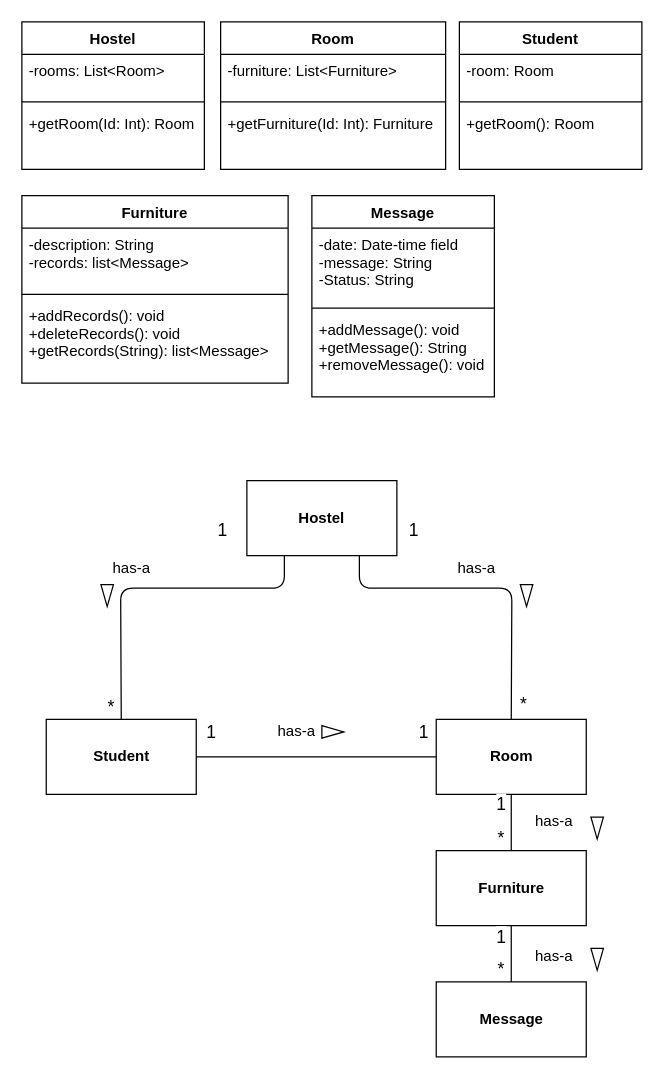
Before: page "Page-1" (1 of 4) of midterm Diagram.drawio in chrroger/0324, a draw.io diagram. Source tidied: cells renumbered, new cells numbered last; positions are measured from the earlier drawing's top-left corner, leaving out a move shared by most shapes. Both pictures are drawn from the tidied source at 125%, with x=0, y=0 at pixel (21, 21).
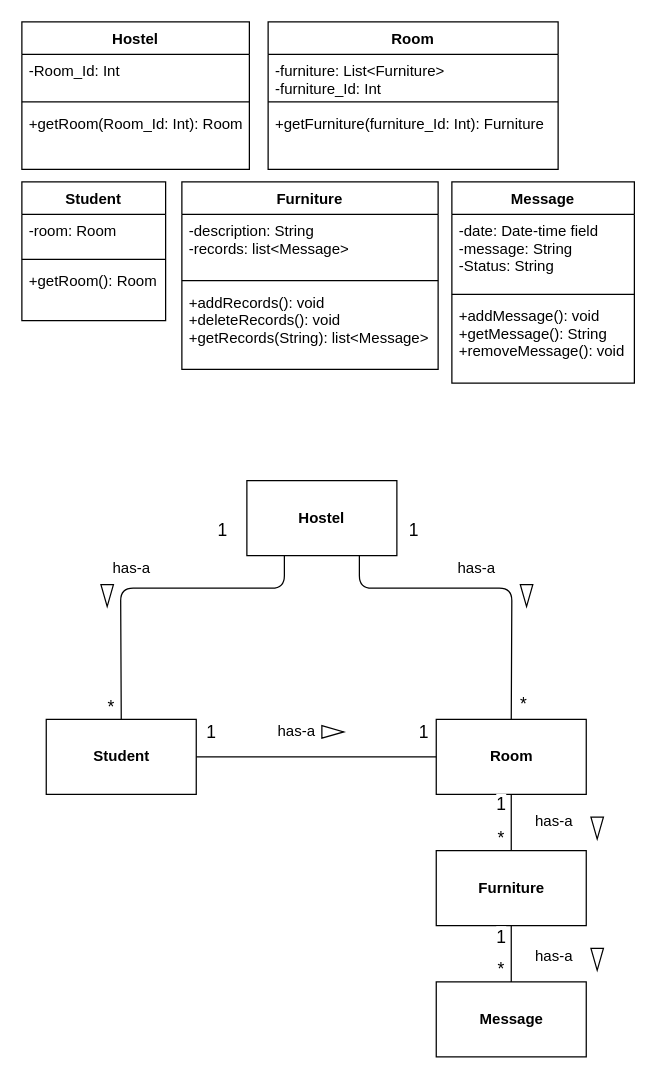
After the change.

Change to the diagram source:
```diff
@@
     <mxCell id="2" value="Hostel" style="swimlane;fontStyle=1;align=center;verticalAlign=top;horizontal=1;startSize=26;" parent="1" vertex="1">
-      <mxGeometry width="146" height="118" as="geometry" />
+      <mxGeometry width="182" height="118" as="geometry" />
     </mxCell>
-    <mxCell id="3" value="-rooms: List&lt;Room&gt;" style="text;strokeColor=none;fillColor=none;align=left;verticalAlign=top;spacingLeft=4;spacingRight=4;overflow=hidden;" parent="2" vertex="1">
-      <mxGeometry y="26" width="146" height="34" as="geometry" />
+    <mxCell id="3" value="-Room_Id: Int" style="text;strokeColor=none;fillColor=none;align=left;verticalAlign=top;spacingLeft=4;spacingRight=4;overflow=hidden;" parent="2" vertex="1">
+      <mxGeometry y="26" width="182" height="34" as="geometry" />
     </mxCell>
     <mxCell id="4" style="line;strokeWidth=1;fillColor=none;align=left;verticalAlign=middle;spacingTop=-1;spacingLeft=3;spacingRight=3;labelPosition=right;" parent="2" vertex="1">
-      <mxGeometry y="60" width="146" height="8" as="geometry" />
+      <mxGeometry y="60" width="182" height="8" as="geometry" />
     </mxCell>
-    <mxCell id="5" value="+getRoom(Id: Int): Room" style="text;strokeColor=none;fillColor=none;align=left;verticalAlign=top;spacingLeft=4;spacingRight=4;overflow=hidden;" parent="2" vertex="1">
-      <mxGeometry y="68" width="146" height="50" as="geometry" />
+    <mxCell id="5" value="+getRoom(Room_Id: Int): Room" style="text;strokeColor=none;fillColor=none;align=left;verticalAlign=top;spacingLeft=4;spacingRight=4;overflow=hidden;" parent="2" vertex="1">
+      <mxGeometry y="68" width="182" height="50" as="geometry" />
     </mxCell>
     <mxCell id="6" value="Student" style="swimlane;fontStyle=1;align=center;verticalAlign=top;horizontal=1;startSize=26;" parent="1" vertex="1">
-      <mxGeometry x="350" width="146" height="118" as="geometry" />
+      <mxGeometry y="128" width="115" height="111" as="geometry" />
     </mxCell>
     <mxCell id="7" value="-room: Room" style="text;strokeColor=none;fillColor=none;align=left;verticalAlign=top;spacingLeft=4;spacingRight=4;overflow=hidden;" parent="6" vertex="1">
-      <mxGeometry y="26" width="146" height="34" as="geometry" />
+      <mxGeometry y="26" width="115" height="32" as="geometry" />
     </mxCell>
     <mxCell id="8" style="line;strokeWidth=1;fillColor=none;align=left;verticalAlign=middle;spacingTop=-1;spacingLeft=3;spacingRight=3;labelPosition=right;" parent="6" vertex="1">
-      <mxGeometry y="60" width="146" height="8" as="geometry" />
+      <mxGeometry y="58" width="115" height="8" as="geometry" />
     </mxCell>
     <mxCell id="9" value="+getRoom(): Room" style="text;strokeColor=none;fillColor=none;align=left;verticalAlign=top;spacingLeft=4;spacingRight=4;overflow=hidden;" parent="6" vertex="1">
-      <mxGeometry y="68" width="146" height="50" as="geometry" />
+      <mxGeometry y="66" width="115" height="45" as="geometry" />
     </mxCell>
     <mxCell id="10" value="Room" style="swimlane;fontStyle=1;align=center;verticalAlign=top;horizontal=1;startSize=26;" parent="1" vertex="1">
-      <mxGeometry x="159" width="180" height="118" as="geometry" />
+      <mxGeometry x="197" width="232" height="118" as="geometry" />
     </mxCell>
-    <mxCell id="11" value="-furniture: List&lt;Furniture&gt;" style="text;strokeColor=none;fillColor=none;align=left;verticalAlign=top;spacingLeft=4;spacingRight=4;overflow=hidden;" parent="10" vertex="1">
-      <mxGeometry y="26" width="180" height="34" as="geometry" />
+    <mxCell id="11" value="-furniture: List&lt;Furniture&gt;&#10;-furniture_Id: Int" style="text;strokeColor=none;fillColor=none;align=left;verticalAlign=top;spacingLeft=4;spacingRight=4;overflow=hidden;" parent="10" vertex="1">
+      <mxGeometry y="26" width="232" height="34" as="geometry" />
     </mxCell>
     <mxCell id="12" style="line;strokeWidth=1;fillColor=none;align=left;verticalAlign=middle;spacingTop=-1;spacingLeft=3;spacingRight=3;labelPosition=right;" parent="10" vertex="1">
-      <mxGeometry y="60" width="180" height="8" as="geometry" />
+      <mxGeometry y="60" width="232" height="8" as="geometry" />
     </mxCell>
-    <mxCell id="13" value="+getFurniture(Id: Int): Furniture" style="text;strokeColor=none;fillColor=none;align=left;verticalAlign=top;spacingLeft=4;spacingRight=4;overflow=hidden;" parent="10" vertex="1">
-      <mxGeometry y="68" width="180" height="50" as="geometry" />
+    <mxCell id="13" value="+getFurniture(furniture_Id: Int): Furniture" style="text;strokeColor=none;fillColor=none;align=left;verticalAlign=top;spacingLeft=4;spacingRight=4;overflow=hidden;" parent="10" vertex="1">
+      <mxGeometry y="68" width="232" height="50" as="geometry" />
     </mxCell>
     <mxCell id="14" value="Furniture" style="swimlane;fontStyle=1;align=center;verticalAlign=top;horizontal=1;startSize=26;" parent="1" vertex="1">
-      <mxGeometry y="139" width="213" height="150" as="geometry" />
+      <mxGeometry x="128" y="128" width="205" height="150" as="geometry" />
     </mxCell>
     <mxCell id="15" value="-description: String&#10;-records: list&lt;Message&gt;" style="text;strokeColor=none;fillColor=none;align=left;verticalAlign=top;spacingLeft=4;spacingRight=4;overflow=hidden;" parent="14" vertex="1">
-      <mxGeometry y="26" width="213" height="49" as="geometry" />
+      <mxGeometry y="26" width="205" height="49" as="geometry" />
     </mxCell>
     <mxCell id="16" style="line;strokeWidth=1;fillColor=none;align=left;verticalAlign=middle;spacingTop=-1;spacingLeft=3;spacingRight=3;labelPosition=right;" parent="14" vertex="1">
-      <mxGeometry y="75" width="213" height="8" as="geometry" />
+      <mxGeometry y="75" width="205" height="8" as="geometry" />
     </mxCell>
     <mxCell id="17" value="+addRecords(): void&#10;+deleteRecords(): void&#10;+getRecords(String): list&lt;Message&gt;" style="text;strokeColor=none;fillColor=none;align=left;verticalAlign=top;spacingLeft=4;spacingRight=4;overflow=hidden;" parent="14" vertex="1">
-      <mxGeometry y="83" width="213" height="67" as="geometry" />
+      <mxGeometry y="83" width="205" height="67" as="geometry" />
     </mxCell>
     <mxCell id="18" value="Message" style="swimlane;fontStyle=1;align=center;verticalAlign=top;horizontal=1;startSize=26;" parent="1" vertex="1">
-      <mxGeometry x="232" y="139" width="146" height="161" as="geometry" />
+      <mxGeometry x="344" y="128" width="146" height="161" as="geometry" />
     </mxCell>
```
